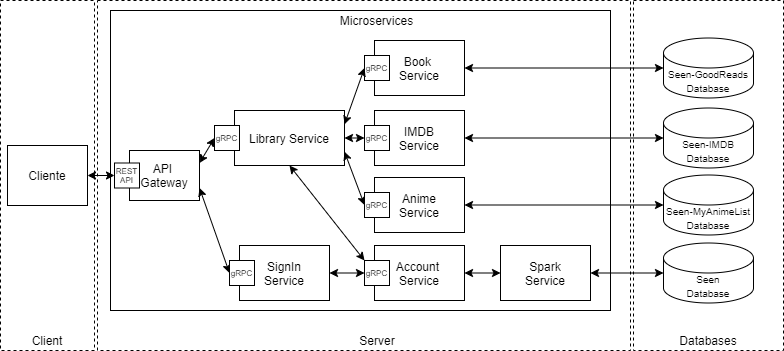
Earlier version of the draw.io export app/api/report/images/CloudNativeAppArchitecture.png (JotaFilip/cn-g). Source tidied: cells renumbered, new cells last; positions are measured from the earlier drawing's top-left corner, leaving out a move shared by most shapes.
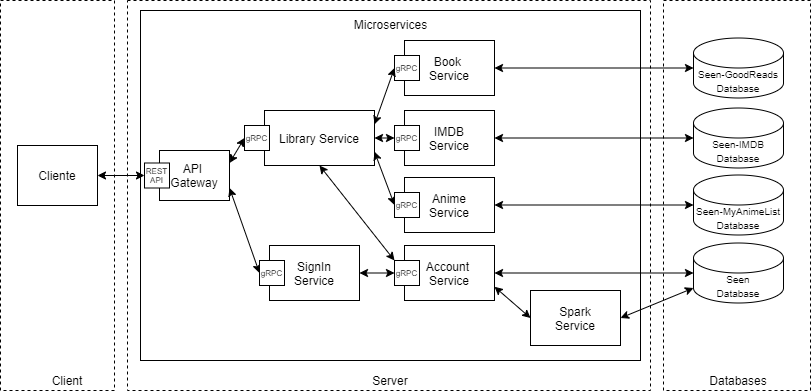
After the commit.

Commit message:
updated Architectural Design to better accomodate Spark

What changed in the source:
```diff
@@ -3,19 +3,19 @@
     <mxCell id="0" />
     <mxCell id="1" parent="0" />
     <mxCell id="2" style="rounded=0;whiteSpace=wrap;html=1;dashed=1;fillColor=none;" parent="1" vertex="1">
-      <mxGeometry x="97" width="533" height="350" as="geometry" />
+      <mxGeometry x="97" width="523" height="390" as="geometry" />
     </mxCell>
     <mxCell id="3" style="rounded=0;whiteSpace=wrap;html=1;fillColor=none;" parent="1" vertex="1">
-      <mxGeometry x="110" y="10" width="500" height="300" as="geometry" />
+      <mxGeometry x="110" y="10" width="500" height="350" as="geometry" />
     </mxCell>
     <mxCell id="4" style="rounded=0;whiteSpace=wrap;html=1;dashed=1;fillColor=none;" parent="1" vertex="1">
-      <mxGeometry width="94" height="350" as="geometry" />
+      <mxGeometry x="-30" width="114" height="390" as="geometry" />
     </mxCell>
     <mxCell id="5" style="rounded=0;whiteSpace=wrap;html=1;dashed=1;fillColor=none;" parent="1" vertex="1">
-      <mxGeometry x="633" width="150" height="350" as="geometry" />
+      <mxGeometry x="633" width="147" height="390" as="geometry" />
     </mxCell>
     <mxCell id="6" value="Cliente" style="rounded=0;whiteSpace=wrap;html=1;" parent="1" vertex="1">
-      <mxGeometry x="7" y="145" width="80" height="60" as="geometry" />
+      <mxGeometry x="-13" y="145" width="80" height="60" as="geometry" />
     </mxCell>
     <mxCell id="7" value="API &lt;br&gt;Gateway" style="rounded=0;whiteSpace=wrap;html=1;" parent="1" vertex="1">
       <mxGeometry x="129" y="150" width="70" height="50" as="geometry" />
@@ -24,27 +24,30 @@
       <mxGeometry x="663" y="174.5" width="90" height="60" as="geometry" />
     </mxCell>
     <mxCell id="9" value="Databases" style="text;html=1;strokeColor=none;fillColor=none;align=center;verticalAlign=middle;whiteSpace=wrap;rounded=0;dashed=1;" parent="1" vertex="1">
-      <mxGeometry x="688" y="330" width="40" height="20" as="geometry" />
+      <mxGeometry x="688" y="370" width="40" height="20" as="geometry" />
     </mxCell>
     <mxCell id="10" value="&lt;font style=&quot;font-size: 10px&quot;&gt;Seen&lt;br&gt;Database&lt;/font&gt;" style="shape=cylinder3;whiteSpace=wrap;html=1;boundedLbl=1;backgroundOutline=1;size=15;" parent="1" vertex="1">
       <mxGeometry x="663" y="242.5" width="90" height="60" as="geometry" />
     </mxCell>
     <mxCell id="11" value="Microservices" style="text;html=1;strokeColor=none;fillColor=none;align=center;verticalAlign=middle;whiteSpace=wrap;rounded=0;" parent="1" vertex="1">
-      <mxGeometry x="329" y="10" width="95" height="20" as="geometry" />
+      <mxGeometry x="312.5" y="14" width="95" height="20" as="geometry" />
     </mxCell>
     <mxCell id="12" value="Anime&lt;br&gt;Service" style="rounded=0;whiteSpace=wrap;html=1;fillColor=none;" parent="1" vertex="1">
       <mxGeometry x="374" y="177" width="90" height="55" as="geometry" />
     </mxCell>
-    <mxCell id="13" style="edgeStyle=orthogonalEdgeStyle;rounded=0;jettySize=auto;html=1;exitX=1;exitY=0.5;exitDx=0;exitDy=0;entryX=0;entryY=0.5;entryDx=0;entryDy=0;startArrow=classic;startFill=1;" parent="1" edge="1" source="14" target="42">
+    <mxCell id="13" style="rounded=0;jettySize=auto;html=1;exitX=1;exitY=0.75;exitDx=0;exitDy=0;entryX=0;entryY=0.5;entryDx=0;entryDy=0;startArrow=classic;startFill=1;" parent="1" edge="1" source="14" target="42">
       <mxGeometry relative="1" as="geometry" />
     </mxCell>
+    <mxCell id="43" style="edgeStyle=none;rounded=0;jettySize=auto;html=1;exitX=1;exitY=0.5;exitDx=0;exitDy=0;entryX=0;entryY=0.5;entryDx=0;entryDy=0;entryPerimeter=0;startArrow=classic;startFill=1;" parent="1" edge="1" source="14" target="10">
+      <mxGeometry relative="1" as="geometry" />
+    </mxCell>
     <mxCell id="14" value="Account &lt;br&gt;Service" style="rounded=0;whiteSpace=wrap;html=1;fillColor=none;" parent="1" vertex="1">
       <mxGeometry x="374" y="245" width="90" height="55" as="geometry" />
     </mxCell>
     <mxCell id="15" style="endArrow=classic;startArrow=classic;html=1;entryX=0;entryY=0.5;entryDx=0;entryDy=0;entryPerimeter=0;exitX=1;exitY=0.5;exitDx=0;exitDy=0;" parent="1" edge="1" source="12" target="8">
       <mxGeometry relative="1" as="geometry" />
     </mxCell>
-    <mxCell id="16" style="endArrow=classic;startArrow=classic;html=1;exitX=1;exitY=0.5;exitDx=0;exitDy=0;entryX=0;entryY=0.5;entryDx=0;entryDy=0;entryPerimeter=0;" parent="1" edge="1" source="42" target="10">
+    <mxCell id="16" style="endArrow=classic;startArrow=classic;html=1;exitX=1;exitY=0.5;exitDx=0;exitDy=0;entryX=0;entryY=1;entryDx=0;entryDy=-15;entryPerimeter=0;" parent="1" edge="1" source="42" target="10">
       <mxGeometry relative="1" as="geometry" />
     </mxCell>
     <mxCell id="17" style="endArrow=classic;startArrow=classic;html=1;exitX=1;exitY=0.5;exitDx=0;exitDy=0;entryX=0;entryY=0.5;entryDx=0;entryDy=0;" parent="1" edge="1" source="6" target="35">
@@ -57,10 +60,10 @@
       <mxGeometry relative="1" as="geometry" />
     </mxCell>
     <mxCell id="20" value="Client" style="text;html=1;strokeColor=none;fillColor=none;align=center;verticalAlign=middle;whiteSpace=wrap;rounded=0;" parent="1" vertex="1">
-      <mxGeometry x="27" y="330" width="40" height="20" as="geometry" />
+      <mxGeometry x="17" y="370" width="40" height="20" as="geometry" />
     </mxCell>
     <mxCell id="21" value="Server" style="text;html=1;strokeColor=none;fillColor=none;align=center;verticalAlign=middle;whiteSpace=wrap;rounded=0;" parent="1" vertex="1">
-      <mxGeometry x="356.5" y="330" width="40" height="20" as="geometry" />
+      <mxGeometry x="340" y="370" width="40" height="20" as="geometry" />
     </mxCell>
     <mxCell id="22" value="IMDB&lt;br&gt;Service" style="rounded=0;whiteSpace=wrap;html=1;fillColor=none;" parent="1" vertex="1">
       <mxGeometry x="374" y="110" width="90" height="55" as="geometry" />
@@ -123,7 +126,7 @@
       <mxGeometry relative="1" as="geometry" />
     </mxCell>
     <mxCell id="42" value="Spark&lt;br&gt;Service" style="rounded=0;whiteSpace=wrap;html=1;fillColor=none;" parent="1" vertex="1">
-      <mxGeometry x="500" y="245" width="90" height="55" as="geometry" />
+      <mxGeometry x="500" y="290" width="90" height="55" as="geometry" />
     </mxCell>
   </root>
 </mxGraphModel>
```
